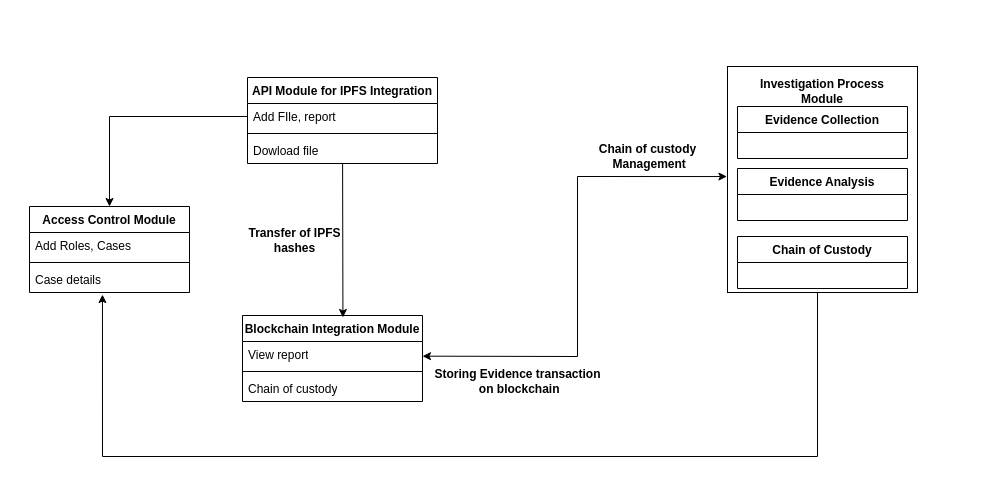
The draw.io diagram diagram.drawio in smraddhi18/Rust-problems, before the edit. Source tidied: cells renumbered, new cells numbered last; positions are measured from the earlier drawing's top-left corner, leaving out a move shared by most shapes. Both pictures are drawn from the tidied source at 100%, with x=0, y=0 at pixel (29, 66).
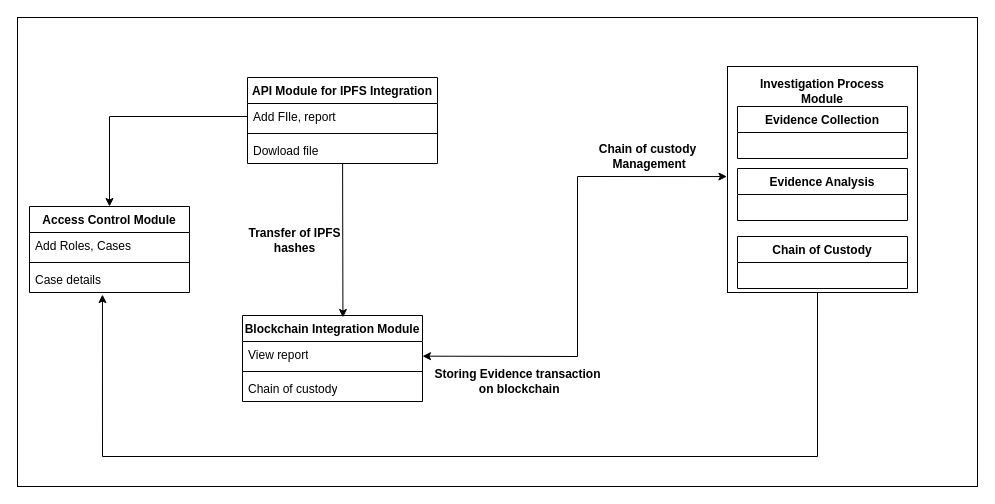
Above is the later version.

The edit, as a diff of the source:
```diff
@@
+    <mxCell id="26" style="rounded=0;whiteSpace=wrap;html=1;" parent="1" vertex="1">
+      <mxGeometry x="-12" y="-49" width="960" height="469" as="geometry" />
+    </mxCell>
```
